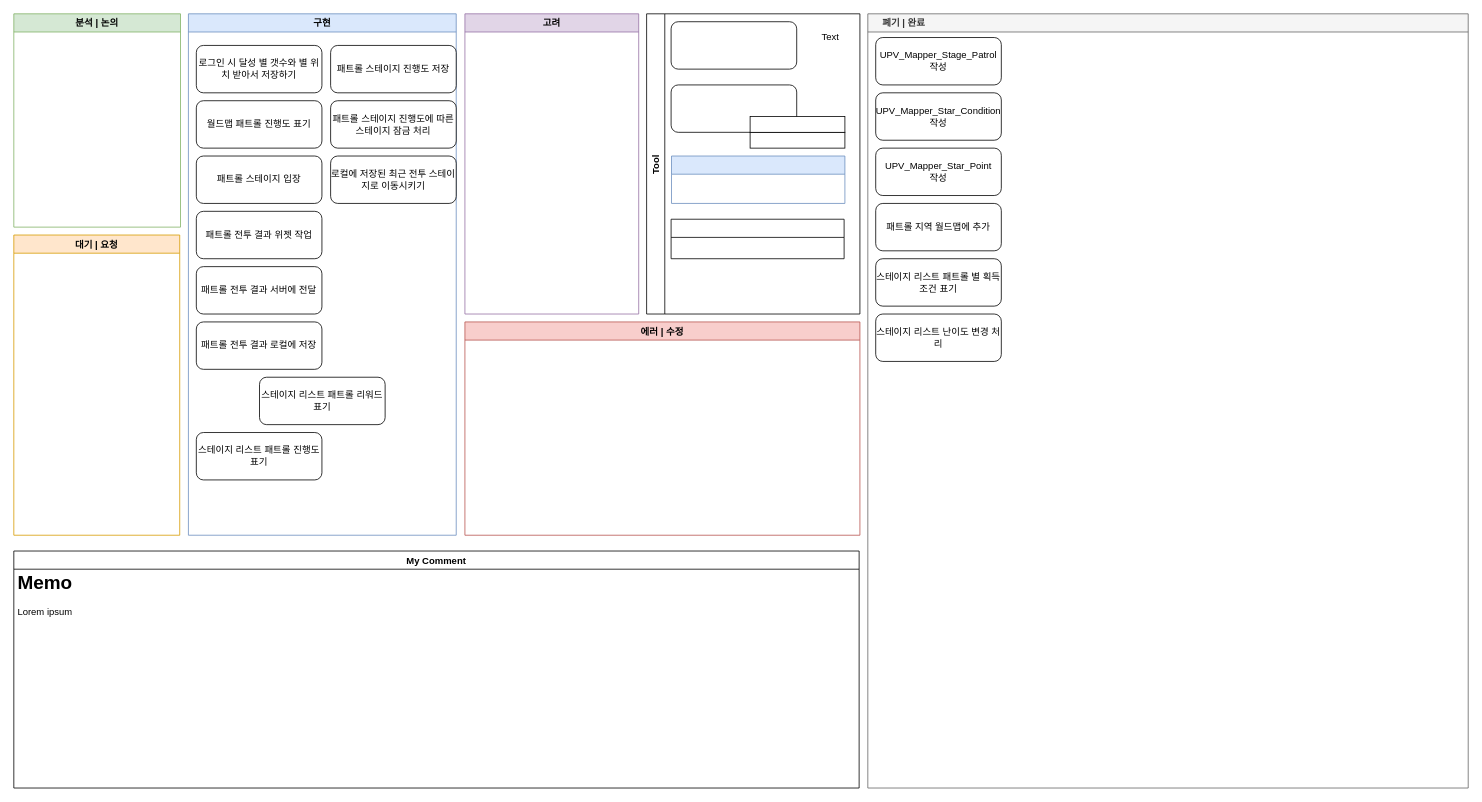
Before: 반복 스테이지 진행상황.drawio in Endorr/Job-Board, a draw.io diagram. Source tidied: cells renumbered, new cells numbered last; positions are measured from the earlier drawing's top-left corner, leaving out a move shared by most shapes. Both pictures are drawn from the tidied source at 79%, with x=0, y=0 at pixel (13, 13).
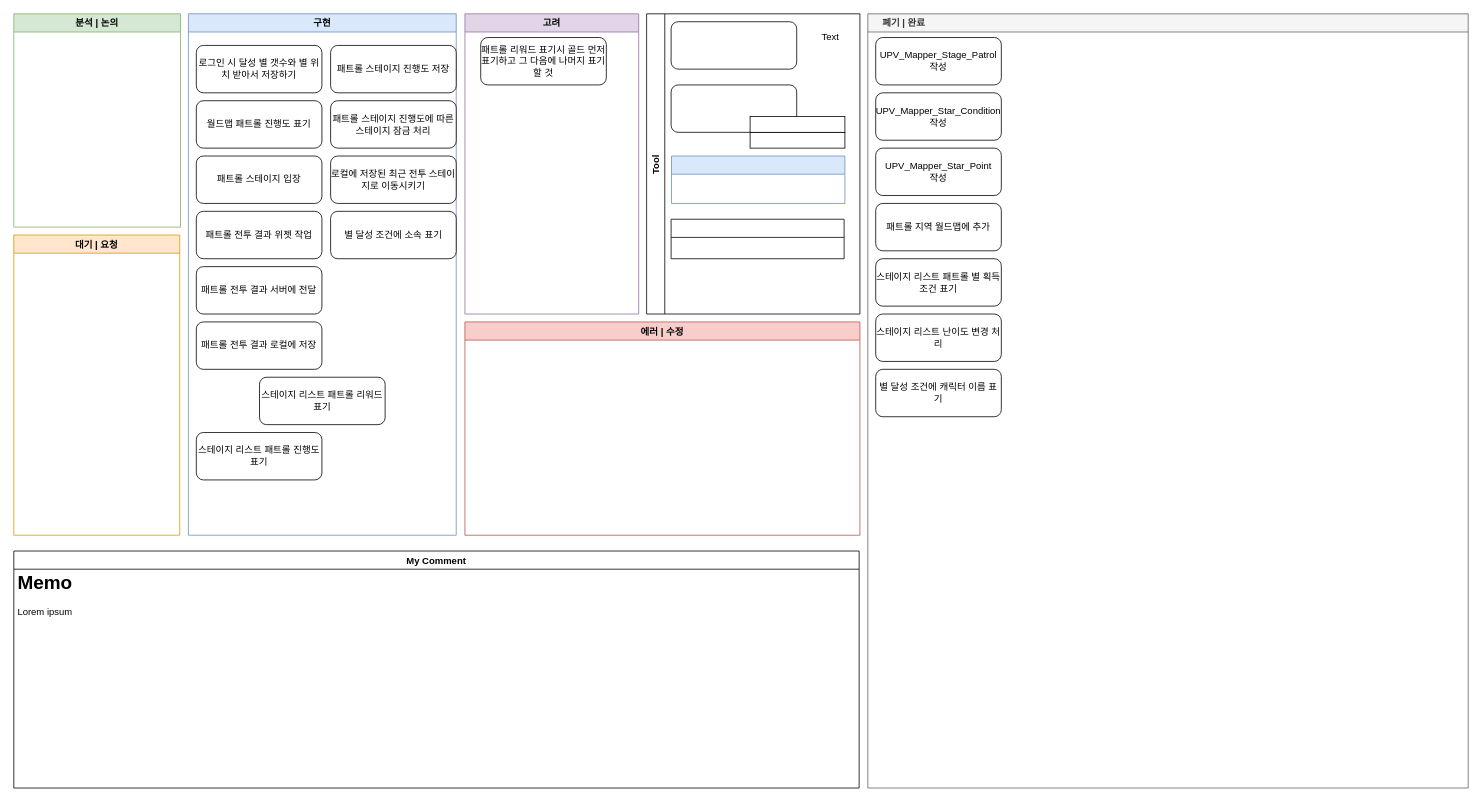
The same page after the edit.

Commit message:
Update 반복 스테이지 진행상황.drawio

Unchanged cells that the change refers to:
```xml
<mxCell id="2" value="구현" style="swimlane;fillColor=#dae8fc;strokeColor=#6c8ebf;" parent="1" vertex="1">
  <mxGeometry x="221" width="339" height="660" as="geometry" />
</mxCell>
<mxCell id="15" value="고려" style="swimlane;fillColor=#e1d5e7;strokeColor=#9673a6;" parent="1" vertex="1">
  <mxGeometry x="571" width="220" height="380" as="geometry" />
</mxCell>
<mxCell id="18" value="     폐기 | 완료" style="swimlane;strokeColor=#666666;fillColor=#f5f5f5;fontColor=#333333;align=left;" parent="1" vertex="1">
  <mxGeometry x="1081" width="760" height="980" as="geometry" />
</mxCell>
```

The edit, as a diff of the source:
```diff
@@
+    <mxCell id="36" value="별 달성 조건에 소속 표기" style="rounded=1;whiteSpace=wrap;html=1;" parent="2" vertex="1">
+      <mxGeometry x="180" y="250" width="159" height="60" as="geometry" />
+    </mxCell>
@@
+    <mxCell id="37" value="패트롤 리워드 표기시 골드 먼저 표기하고 그 다음에 나머지 표기할 것" style="rounded=1;whiteSpace=wrap;html=1;" parent="15" vertex="1">
+      <mxGeometry x="20" y="30" width="159" height="60" as="geometry" />
+    </mxCell>
@@
+    <mxCell id="38" value="별 달성 조건에 캐릭터 이름 표기" style="rounded=1;whiteSpace=wrap;html=1;" parent="18" vertex="1">
+      <mxGeometry x="10" y="450" width="159" height="60" as="geometry" />
+    </mxCell>
```
